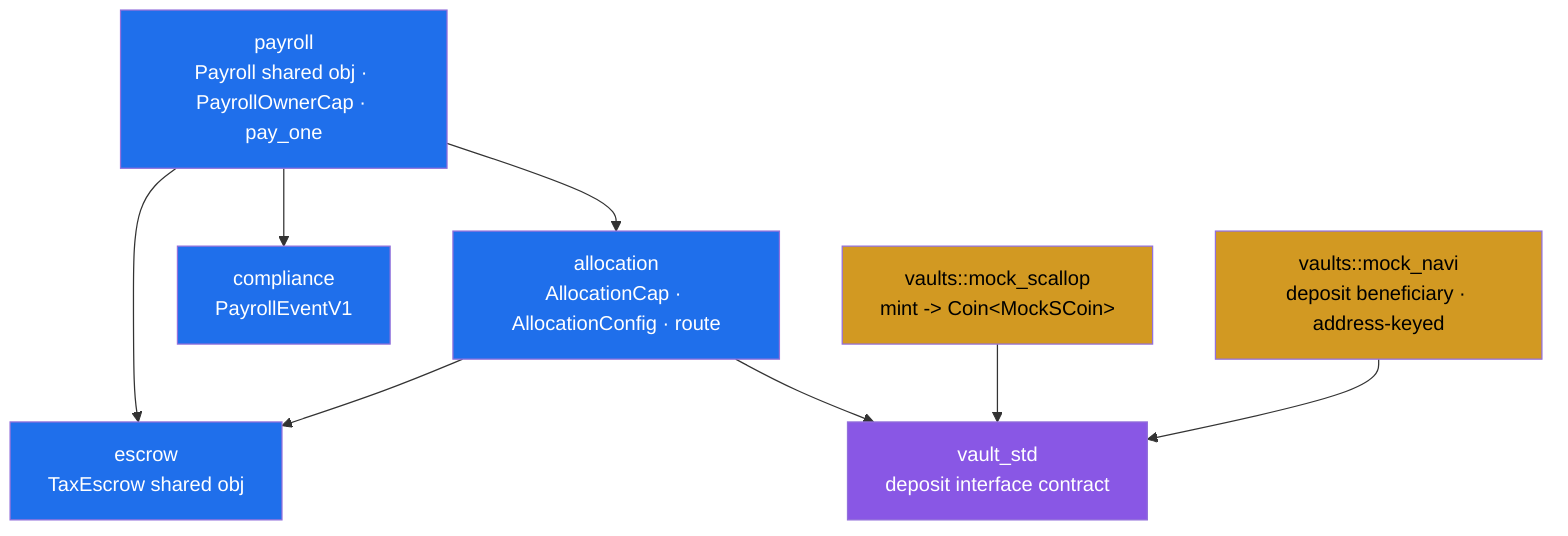
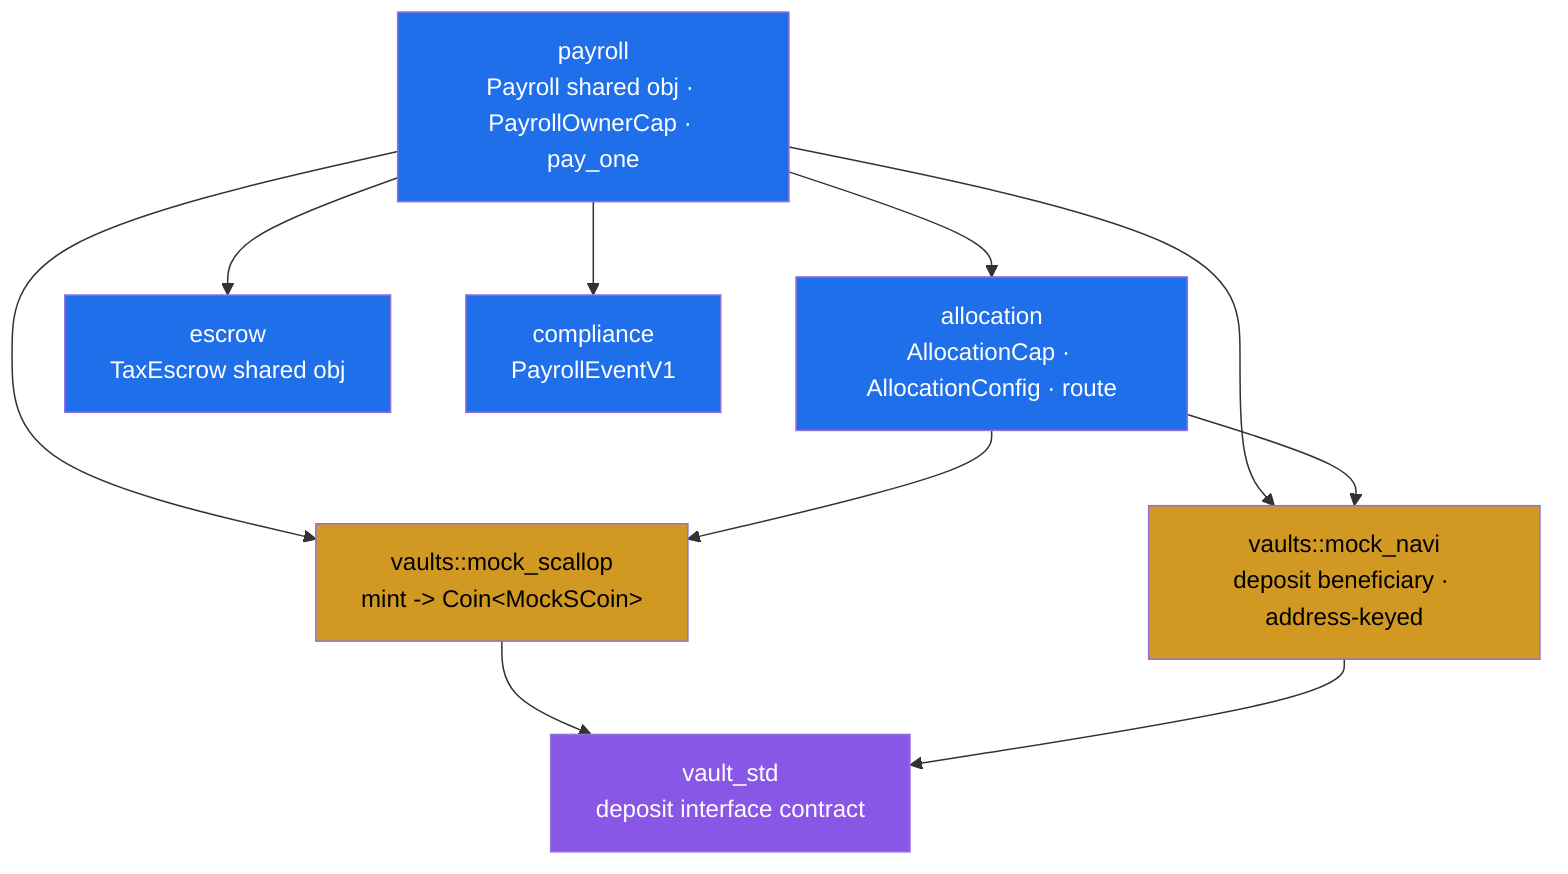
graph TD
    payroll[payroll<br/>Payroll shared obj · PayrollOwnerCap · pay_one]
    allocation[allocation<br/>AllocationCap · AllocationConfig · route]
    escrow[escrow<br/>TaxEscrow shared obj]
    compliance[compliance<br/>PayrollEventV1]
    vault_std[vault_std<br/>deposit interface contract]
    mock_scallop[vaults::mock_scallop<br/>mint -> Coin&lt;MockSCoin&gt;]
    mock_navi[vaults::mock_navi<br/>deposit beneficiary · address-keyed]

    payroll --> allocation
    payroll --> escrow
    payroll --> compliance
-     allocation --> vault_std
-     allocation --> escrow
+     payroll --> mock_scallop
+     payroll --> mock_navi
+     allocation --> mock_scallop
+     allocation --> mock_navi
    mock_scallop --> vault_std
    mock_navi --> vault_std

    classDef core fill:#1f6feb,color:#fff;
    classDef seam fill:#8957e5,color:#fff;
    classDef mock fill:#d29922,color:#000;
    class payroll,allocation,escrow,compliance core;
    class vault_std seam;
    class mock_scallop,mock_navi mock;
